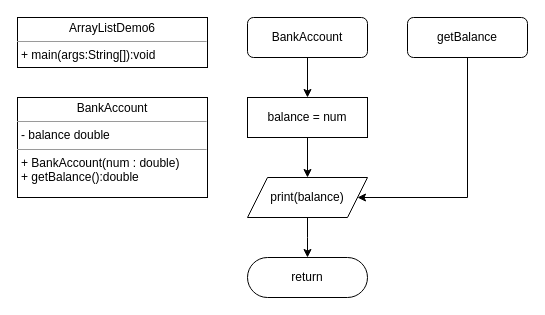
Before: eclipse-workspace/Lab2/src/Lab2.drawio in EthanLawr/CISC122, a draw.io diagram. Source tidied: cells renumbered, new cells numbered last; positions are measured from the earlier drawing's top-left corner, leaving out a move shared by most shapes. Both pictures are drawn from the tidied source at 100%, with x=0, y=0 at pixel (17, 17).
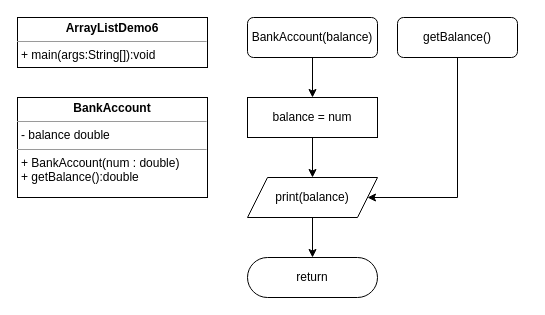
Above is the later version.

Diff of the diagram source:
```diff
@@
 <mxGraphModel>
   <root>
     <mxCell id="0" />
     <mxCell id="1" parent="0" />
     <mxCell id="2" style="edgeStyle=orthogonalEdgeStyle;rounded=0;html=1;dashed=1;labelBackgroundColor=none;startFill=0;endArrow=open;endFill=0;endSize=10;fontFamily=Verdana;fontSize=10;" parent="1" edge="1">
       <mxGeometry relative="1" as="geometry">
         <mxPoint x="670" y="523" as="sourcePoint" />
       </mxGeometry>
     </mxCell>
-    <mxCell id="3" value="&lt;p style=&quot;margin:0px;margin-top:4px;text-align:center;&quot;&gt;ArrayListDemo6&lt;br&gt;&lt;/p&gt;&lt;hr size=&quot;1&quot;&gt;&lt;p style=&quot;margin:0px;margin-left:4px;&quot;&gt;+ main(args:String[]):void&lt;/p&gt;&lt;hr size=&quot;1&quot;&gt;&lt;p style=&quot;margin:0px;margin-left:4px;&quot;&gt;&lt;br&gt;&lt;/p&gt;" style="verticalAlign=top;align=left;overflow=fill;fontSize=12;fontFamily=Helvetica;html=1;rounded=0;shadow=0;comic=0;labelBackgroundColor=none;strokeWidth=1;" parent="1" vertex="1">
+    <mxCell id="3" value="&lt;p style=&quot;margin:0px;margin-top:4px;text-align:center;&quot;&gt;&lt;b&gt;ArrayListDemo6&lt;/b&gt;&lt;br&gt;&lt;/p&gt;&lt;hr size=&quot;1&quot;&gt;&lt;p style=&quot;margin:0px;margin-left:4px;&quot;&gt;+ main(args:String[]):void&lt;/p&gt;&lt;hr size=&quot;1&quot;&gt;&lt;p style=&quot;margin:0px;margin-left:4px;&quot;&gt;&lt;br&gt;&lt;/p&gt;" style="verticalAlign=top;align=left;overflow=fill;fontSize=12;fontFamily=Helvetica;html=1;rounded=0;shadow=0;comic=0;labelBackgroundColor=none;strokeWidth=1;" parent="1" vertex="1">
       <mxGeometry width="190" height="50" as="geometry" />
     </mxCell>
-    <mxCell id="4" value="&lt;p style=&quot;margin:0px;margin-top:4px;text-align:center;&quot;&gt;BankAccount&lt;br&gt;&lt;/p&gt;&lt;hr size=&quot;1&quot;&gt;&lt;p style=&quot;margin:0px;margin-left:4px;&quot;&gt;- balance double&lt;/p&gt;&lt;hr size=&quot;1&quot;&gt;&lt;p style=&quot;margin:0px;margin-left:4px;&quot;&gt;+ BankAccount(num : double)&lt;/p&gt;&lt;p style=&quot;margin:0px;margin-left:4px;&quot;&gt;+ getBalance():double&lt;/p&gt;" style="verticalAlign=top;align=left;overflow=fill;fontSize=12;fontFamily=Helvetica;html=1;rounded=0;shadow=0;comic=0;labelBackgroundColor=none;strokeWidth=1;" parent="1" vertex="1">
+    <mxCell id="4" value="&lt;p style=&quot;margin:0px;margin-top:4px;text-align:center;&quot;&gt;&lt;b&gt;BankAccount&lt;/b&gt;&lt;br&gt;&lt;/p&gt;&lt;hr size=&quot;1&quot;&gt;&lt;p style=&quot;margin:0px;margin-left:4px;&quot;&gt;- balance double&lt;/p&gt;&lt;hr size=&quot;1&quot;&gt;&lt;p style=&quot;margin:0px;margin-left:4px;&quot;&gt;+ BankAccount(num : double)&lt;/p&gt;&lt;p style=&quot;margin:0px;margin-left:4px;&quot;&gt;+ getBalance():double&lt;/p&gt;" style="verticalAlign=top;align=left;overflow=fill;fontSize=12;fontFamily=Helvetica;html=1;rounded=0;shadow=0;comic=0;labelBackgroundColor=none;strokeWidth=1;" parent="1" vertex="1">
       <mxGeometry y="80" width="190" height="100" as="geometry" />
     </mxCell>
     <mxCell id="5" style="edgeStyle=orthogonalEdgeStyle;rounded=0;jettySize=auto;html=1;entryX=0.5;entryY=0;entryDx=0;entryDy=0;" parent="1" edge="1" source="6" target="10">
       <mxGeometry relative="1" as="geometry" />
     </mxCell>
-    <mxCell id="6" value="BankAccount" style="rounded=1;whiteSpace=wrap;html=1;" parent="1" vertex="1">
-      <mxGeometry x="230" width="120" height="40" as="geometry" />
+    <mxCell id="6" value="BankAccount(balance)" style="rounded=1;whiteSpace=wrap;html=1;" parent="1" vertex="1">
+      <mxGeometry x="230" width="130" height="40" as="geometry" />
     </mxCell>
     <mxCell id="7" style="edgeStyle=orthogonalEdgeStyle;rounded=0;jettySize=auto;html=1;entryX=1;entryY=0.5;entryDx=0;entryDy=0;" parent="1" edge="1" source="8" target="12">
       <mxGeometry relative="1" as="geometry">
         <Array as="points">
-          <mxPoint x="450" y="180" />
+          <mxPoint x="440" y="180" />
         </Array>
       </mxGeometry>
     </mxCell>
-    <mxCell id="8" value="getBalance" style="rounded=1;whiteSpace=wrap;html=1;" parent="1" vertex="1">
-      <mxGeometry x="390" width="120" height="40" as="geometry" />
+    <mxCell id="8" value="getBalance()" style="rounded=1;whiteSpace=wrap;html=1;" parent="1" vertex="1">
+      <mxGeometry x="380" width="120" height="40" as="geometry" />
     </mxCell>
     <mxCell id="9" style="edgeStyle=orthogonalEdgeStyle;rounded=0;jettySize=auto;html=1;entryX=0.5;entryY=0;entryDx=0;entryDy=0;" parent="1" edge="1" source="10" target="12">
       <mxGeometry relative="1" as="geometry" />
     </mxCell>
     <mxCell id="10" value="balance = num" style="rounded=0;whiteSpace=wrap;html=1;" parent="1" vertex="1">
-      <mxGeometry x="230" y="80" width="120" height="40" as="geometry" />
+      <mxGeometry x="230" y="80" width="130" height="40" as="geometry" />
     </mxCell>
-    <mxCell id="11" style="edgeStyle=orthogonalEdgeStyle;rounded=0;jettySize=auto;html=1;" parent="1" edge="1" source="12">
-      <mxGeometry relative="1" as="geometry">
-        <mxPoint x="290" y="240" as="targetPoint" />
-      </mxGeometry>
-    </mxCell>
+    <mxCell id="14" style="edgeStyle=orthogonalEdgeStyle;rounded=0;jettySize=auto;html=1;entryX=0.5;entryY=0.5;entryDx=0;entryDy=-20;entryPerimeter=0;" parent="1" edge="1" source="12" target="13">
+      <mxGeometry relative="1" as="geometry" />
+    </mxCell>
     <mxCell id="12" value="print(balance)" style="shape=parallelogram;perimeter=parallelogramPerimeter;whiteSpace=wrap;html=1;fixedSize=1;" parent="1" vertex="1">
-      <mxGeometry x="230" y="160" width="120" height="40" as="geometry" />
+      <mxGeometry x="230" y="160" width="130" height="40" as="geometry" />
     </mxCell>
     <mxCell id="13" value="return" style="html=1;dashed=0;whiteSpace=wrap;shape=mxgraph.dfd.start;" parent="1" vertex="1">
-      <mxGeometry x="230" y="240" width="120" height="40" as="geometry" />
+      <mxGeometry x="230" y="240" width="130" height="40" as="geometry" />
     </mxCell>
   </root>
 </mxGraphModel>
```
